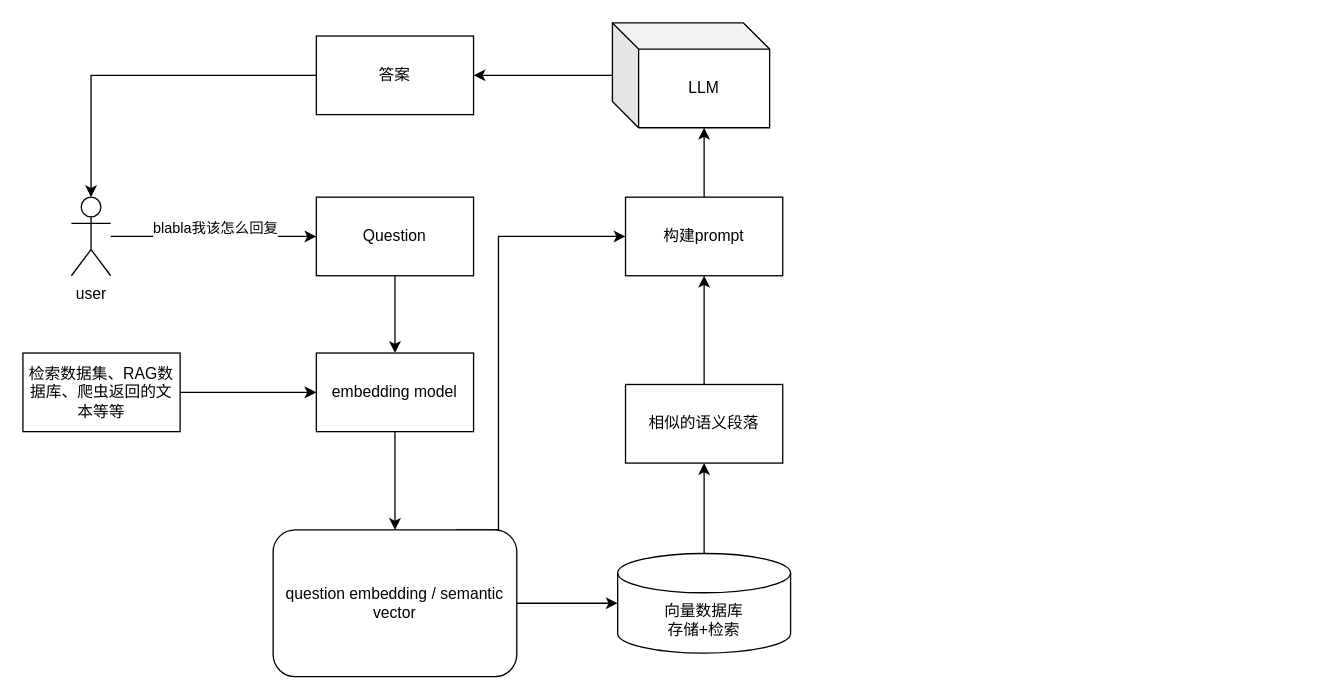
This is architechture.drawio from CaptainCCCP/Draw-io-cloud, a draw.io file, before an edit. Source tidied: cells renumbered, new cells numbered last; positions are measured from the earlier drawing's top-left corner, leaving out a move shared by most shapes. Both pictures are drawn from the tidied source at 131%, with x=0, y=0 at pixel (22, 22).
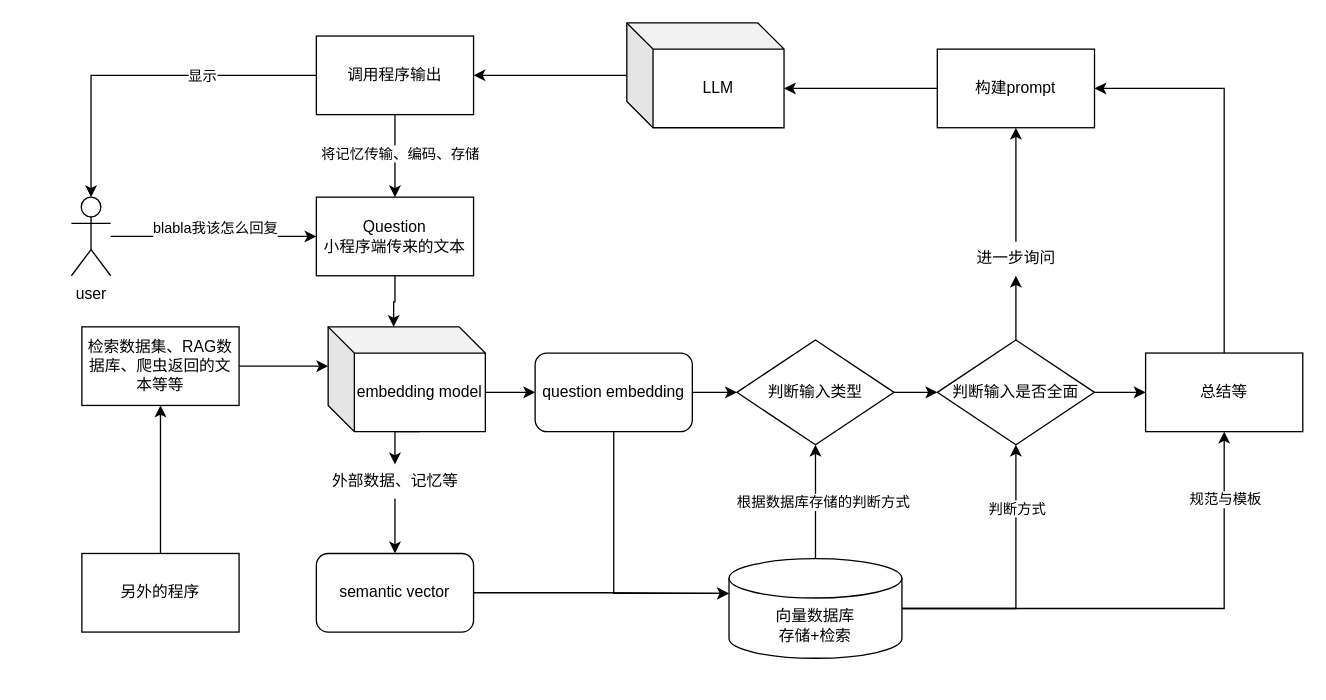
Above is the later version.

The change refers to these unchanged cells:
```xml
<mxCell id="4" value="user" style="shape=umlActor;verticalLabelPosition=bottom;verticalAlign=top;html=1;outlineConnect=0;" parent="1" vertex="1">
  <mxGeometry x="37" y="133" width="30" height="60" as="geometry" />
</mxCell>
```

What changed in the source:
```diff
@@
-    <mxCell id="5" style="edgeStyle=orthogonalEdgeStyle;rounded=0;jettySize=auto;html=1;" parent="1" edge="1" source="6" target="8">
+    <mxCell id="5" style="edgeStyle=orthogonalEdgeStyle;rounded=0;jettySize=auto;html=1;entryX=0;entryY=0;entryDx=50;entryDy=0;entryPerimeter=0;" parent="1" edge="1" source="6" target="8">
       <mxGeometry relative="1" as="geometry" />
     </mxCell>
-    <mxCell id="6" value="Question" style="rounded=0;whiteSpace=wrap;html=1;" parent="1" vertex="1">
+    <mxCell id="6" value="Question&lt;br&gt;小程序端传来的文本" style="rounded=0;whiteSpace=wrap;html=1;" parent="1" vertex="1">
       <mxGeometry x="224" y="133" width="120" height="60" as="geometry" />
     </mxCell>
-    <mxCell id="7" style="edgeStyle=orthogonalEdgeStyle;rounded=0;jettySize=auto;html=1;exitX=0.5;exitY=1;exitDx=0;exitDy=0;entryX=0.5;entryY=0;entryDx=0;entryDy=0;" parent="1" edge="1" source="8" target="10">
-      <mxGeometry relative="1" as="geometry" />
-    </mxCell>
-    <mxCell id="8" value="embedding model" style="whiteSpace=wrap;html=1;rounded=0;" parent="1" vertex="1">
-      <mxGeometry x="224" y="252" width="120" height="60" as="geometry" />
-    </mxCell>
-    <mxCell id="9" style="edgeStyle=orthogonalEdgeStyle;rounded=0;jettySize=auto;html=1;exitX=0.75;exitY=0;exitDx=0;exitDy=0;entryX=0;entryY=0.5;entryDx=0;entryDy=0;" parent="1" edge="1" source="10" target="18">
-      <mxGeometry relative="1" as="geometry">
-        <Array as="points">
-          <mxPoint x="363" y="387" />
-          <mxPoint x="363" y="163" />
-        </Array>
-      </mxGeometry>
-    </mxCell>
-    <mxCell id="10" value="question embedding / semantic vector" style="rounded=1;whiteSpace=wrap;html=1;" parent="1" vertex="1">
-      <mxGeometry x="191" y="387" width="186" height="112" as="geometry" />
-    </mxCell>
+    <mxCell id="24" style="edgeStyle=orthogonalEdgeStyle;rounded=0;jettySize=auto;html=1;exitX=0.5;exitY=1;exitDx=0;exitDy=0;entryX=0.5;entryY=0;entryDx=0;entryDy=0;" parent="1" edge="1" source="48" target="37">
+      <mxGeometry relative="1" as="geometry" />
+    </mxCell>
+    <mxCell id="25" style="edgeStyle=orthogonalEdgeStyle;rounded=0;jettySize=auto;html=1;exitX=0;exitY=0;exitDx=120;exitDy=50;entryX=0;entryY=0.5;entryDx=0;entryDy=0;exitPerimeter=0;" parent="1" edge="1" source="8" target="36">
+      <mxGeometry relative="1" as="geometry" />
+    </mxCell>
-    <mxCell id="11" style="edgeStyle=orthogonalEdgeStyle;rounded=0;jettySize=auto;html=1;entryX=0;entryY=0.5;entryDx=0;entryDy=0;" parent="1" edge="1" source="12" target="8">
+    <mxCell id="11" style="edgeStyle=orthogonalEdgeStyle;rounded=0;jettySize=auto;html=1;entryX=0;entryY=0;entryDx=0;entryDy=30;entryPerimeter=0;" parent="1" edge="1" source="12" target="8">
       <mxGeometry relative="1" as="geometry" />
     </mxCell>
     <mxCell id="12" value="检索数据集、RAG数据库、爬虫返回的文本等等" style="whiteSpace=wrap;html=1;" parent="1" vertex="1">
-      <mxGeometry y="252" width="120" height="60" as="geometry" />
+      <mxGeometry x="45" y="232" width="120" height="60" as="geometry" />
     </mxCell>
-    <mxCell id="13" style="edgeStyle=orthogonalEdgeStyle;rounded=0;jettySize=auto;html=1;exitX=0.5;exitY=0;exitDx=0;exitDy=0;exitPerimeter=0;entryX=0.5;entryY=1;entryDx=0;entryDy=0;" parent="1" edge="1" source="14" target="17">
-      <mxGeometry relative="1" as="geometry" />
-    </mxCell>
+    <mxCell id="26" style="edgeStyle=orthogonalEdgeStyle;rounded=0;jettySize=auto;html=1;exitX=0.5;exitY=0;exitDx=0;exitDy=0;exitPerimeter=0;entryX=0.5;entryY=1;entryDx=0;entryDy=0;" parent="1" edge="1" source="14" target="50">
+      <mxGeometry relative="1" as="geometry" />
+    </mxCell>
+    <mxCell id="27" value="根据数据库存储的判断方式" style="edgeLabel;html=1;align=center;verticalAlign=middle;" parent="26" vertex="1">
+      <mxGeometry x="-0.04" y="-1" relative="1" as="geometry">
+        <mxPoint x="4" y="-2" as="offset" />
+      </mxGeometry>
+    </mxCell>
+    <mxCell id="28" style="edgeStyle=orthogonalEdgeStyle;rounded=0;jettySize=auto;html=1;exitX=1;exitY=0.5;exitDx=0;exitDy=0;exitPerimeter=0;entryX=0.5;entryY=1;entryDx=0;entryDy=0;" parent="1" edge="1" source="14" target="52">
+      <mxGeometry relative="1" as="geometry" />
+    </mxCell>
+    <mxCell id="29" value="判断方式" style="edgeLabel;html=1;align=center;verticalAlign=middle;" parent="28" vertex="1">
+      <mxGeometry x="0.54" y="-2" relative="1" as="geometry">
+        <mxPoint x="-2" y="-1" as="offset" />
+      </mxGeometry>
+    </mxCell>
+    <mxCell id="30" style="edgeStyle=orthogonalEdgeStyle;rounded=0;jettySize=auto;html=1;exitX=1;exitY=0.5;exitDx=0;exitDy=0;exitPerimeter=0;entryX=0.5;entryY=1;entryDx=0;entryDy=0;" parent="1" edge="1" source="14" target="42">
+      <mxGeometry relative="1" as="geometry" />
+    </mxCell>
+    <mxCell id="31" value="规范与模板" style="edgeLabel;html=1;align=center;verticalAlign=middle;" parent="30" vertex="1">
+      <mxGeometry x="0.75" y="2" relative="1" as="geometry">
+        <mxPoint x="2" y="3" as="offset" />
+      </mxGeometry>
+    </mxCell>
     <mxCell id="14" value="向量数据库&lt;br&gt;存储+检索" style="shape=cylinder3;whiteSpace=wrap;html=1;boundedLbl=1;backgroundOutline=1;size=15;" parent="1" vertex="1">
-      <mxGeometry x="454" y="405" width="132" height="76" as="geometry" />
+      <mxGeometry x="539" y="409" width="132" height="76" as="geometry" />
     </mxCell>
-    <mxCell id="15" style="edgeStyle=orthogonalEdgeStyle;rounded=0;jettySize=auto;html=1;exitX=1;exitY=0.5;exitDx=0;exitDy=0;entryX=0;entryY=0.5;entryDx=0;entryDy=0;entryPerimeter=0;" parent="1" edge="1" source="10" target="14">
-      <mxGeometry relative="1" as="geometry" />
-    </mxCell>
-    <mxCell id="16" style="edgeStyle=orthogonalEdgeStyle;rounded=0;jettySize=auto;html=1;exitX=0.5;exitY=0;exitDx=0;exitDy=0;entryX=0.5;entryY=1;entryDx=0;entryDy=0;" parent="1" edge="1" source="17" target="18">
-      <mxGeometry relative="1" as="geometry" />
-    </mxCell>
-    <mxCell id="17" value="相似的语义段落" style="whiteSpace=wrap;html=1;" parent="1" vertex="1">
-      <mxGeometry x="460" y="276" width="120" height="60" as="geometry" />
-    </mxCell>
     <mxCell id="18" value="构建prompt" style="whiteSpace=wrap;html=1;rounded=0;" parent="1" vertex="1">
-      <mxGeometry x="460" y="133" width="120" height="60" as="geometry" />
+      <mxGeometry x="698" y="20" width="120" height="60" as="geometry" />
     </mxCell>
@@
     <mxCell id="20" value="LLM" style="shape=cube;whiteSpace=wrap;html=1;boundedLbl=1;backgroundOutline=1;darkOpacity=0.05;darkOpacity2=0.1;" parent="1" vertex="1">
-      <mxGeometry x="450" width="120" height="80" as="geometry" />
+      <mxGeometry x="461" width="120" height="80" as="geometry" />
     </mxCell>
+    <mxCell id="32" style="edgeStyle=orthogonalEdgeStyle;rounded=0;jettySize=auto;html=1;exitX=0.5;exitY=1;exitDx=0;exitDy=0;entryX=0.5;entryY=0;entryDx=0;entryDy=0;" parent="1" edge="1" source="21" target="6">
+      <mxGeometry relative="1" as="geometry" />
+    </mxCell>
+    <mxCell id="33" value="将记忆传输、编码、存储" style="edgeLabel;html=1;align=center;verticalAlign=middle;" parent="32" vertex="1">
+      <mxGeometry x="0.2" y="-4" relative="1" as="geometry">
+        <mxPoint x="7" y="-9" as="offset" />
+      </mxGeometry>
+    </mxCell>
-    <mxCell id="21" value="答案" style="whiteSpace=wrap;html=1;" parent="1" vertex="1">
+    <mxCell id="21" value="调用程序输出" style="whiteSpace=wrap;html=1;" parent="1" vertex="1">
       <mxGeometry x="224" y="10" width="120" height="60" as="geometry" />
     </mxCell>
+    <mxCell id="23" style="edgeStyle=orthogonalEdgeStyle;rounded=0;jettySize=auto;html=1;entryX=0.5;entryY=0;entryDx=0;entryDy=0;entryPerimeter=0;" parent="1" edge="1" source="21" target="4">
+      <mxGeometry relative="1" as="geometry" />
+    </mxCell>
+    <mxCell id="34" value="显示" style="edgeLabel;html=1;align=center;verticalAlign=middle;" parent="23" vertex="1">
+      <mxGeometry x="-0.3" y="2" relative="1" as="geometry">
+        <mxPoint x="5" y="-2" as="offset" />
+      </mxGeometry>
+    </mxCell>
+    <mxCell id="35" style="edgeStyle=orthogonalEdgeStyle;rounded=0;jettySize=auto;html=1;exitX=1;exitY=0.5;exitDx=0;exitDy=0;entryX=0;entryY=0.5;entryDx=0;entryDy=0;" parent="1" edge="1" source="36" target="50">
+      <mxGeometry relative="1" as="geometry" />
+    </mxCell>
+    <mxCell id="36" value="question&lt;span style=&quot;white-space: pre;&quot;&gt;&amp;nbsp;embedding&lt;/span&gt;" style="rounded=1;whiteSpace=wrap;html=1;" parent="1" vertex="1">
+      <mxGeometry x="391" y="252" width="120" height="60" as="geometry" />
+    </mxCell>
+    <mxCell id="37" value="semantic vector" style="rounded=1;whiteSpace=wrap;html=1;" parent="1" vertex="1">
+      <mxGeometry x="224" y="405" width="120" height="60" as="geometry" />
+    </mxCell>
+    <mxCell id="38" style="edgeStyle=orthogonalEdgeStyle;rounded=0;jettySize=auto;html=1;exitX=1;exitY=0.5;exitDx=0;exitDy=0;entryX=0;entryY=0;entryDx=0;entryDy=26.5;entryPerimeter=0;" parent="1" edge="1" source="37" target="14">
+      <mxGeometry relative="1" as="geometry" />
+    </mxCell>
+    <mxCell id="39" style="edgeStyle=orthogonalEdgeStyle;rounded=0;jettySize=auto;html=1;exitX=0.5;exitY=1;exitDx=0;exitDy=0;entryX=0;entryY=0;entryDx=0;entryDy=26.5;entryPerimeter=0;" parent="1" edge="1" source="36" target="14">
+      <mxGeometry relative="1" as="geometry" />
+    </mxCell>
-    <mxCell id="22" style="edgeStyle=orthogonalEdgeStyle;rounded=0;jettySize=auto;html=1;exitX=0.5;exitY=0;exitDx=0;exitDy=0;entryX=0;entryY=0;entryDx=70;entryDy=80;entryPerimeter=0;" parent="1" edge="1" source="18" target="20">
+    <mxCell id="22" style="edgeStyle=orthogonalEdgeStyle;rounded=0;jettySize=auto;html=1;exitX=0;exitY=0.5;exitDx=0;exitDy=0;entryX=0;entryY=0;entryDx=120;entryDy=50;entryPerimeter=0;" parent="1" edge="1" source="18" target="20">
       <mxGeometry relative="1" as="geometry" />
     </mxCell>
-    <mxCell id="23" style="edgeStyle=orthogonalEdgeStyle;rounded=0;jettySize=auto;html=1;entryX=0.5;entryY=0;entryDx=0;entryDy=0;entryPerimeter=0;" parent="1" edge="1" source="21" target="4">
-      <mxGeometry relative="1" as="geometry" />
-    </mxCell>
+    <mxCell id="40" style="edgeStyle=orthogonalEdgeStyle;rounded=0;jettySize=auto;html=1;exitX=0.5;exitY=0;exitDx=0;exitDy=0;entryX=0.5;entryY=1;entryDx=0;entryDy=0;" parent="1" edge="1" source="44" target="18">
+      <mxGeometry relative="1" as="geometry" />
+    </mxCell>
+    <mxCell id="41" style="edgeStyle=orthogonalEdgeStyle;rounded=0;jettySize=auto;html=1;exitX=0.5;exitY=0;exitDx=0;exitDy=0;entryX=1;entryY=0.5;entryDx=0;entryDy=0;" parent="1" edge="1" source="42" target="18">
+      <mxGeometry relative="1" as="geometry" />
+    </mxCell>
+    <mxCell id="42" value="总结等" style="whiteSpace=wrap;html=1;" parent="1" vertex="1">
+      <mxGeometry x="857" y="252" width="120" height="60" as="geometry" />
+    </mxCell>
+    <mxCell id="43" style="edgeStyle=orthogonalEdgeStyle;rounded=0;jettySize=auto;html=1;exitX=0.5;exitY=0;exitDx=0;exitDy=0;entryX=0.5;entryY=1;entryDx=0;entryDy=0;" parent="1" edge="1" source="52" target="44">
+      <mxGeometry relative="1" as="geometry" />
+    </mxCell>
+    <mxCell id="44" value="进一步询问" style="text;html=1;align=center;verticalAlign=middle;points=[];strokeColor=none;fillColor=none;" parent="1" vertex="1">
+      <mxGeometry x="719" y="167" width="78" height="26" as="geometry" />
+    </mxCell>
+    <mxCell id="45" style="edgeStyle=orthogonalEdgeStyle;rounded=0;jettySize=auto;html=1;exitX=0.5;exitY=0;exitDx=0;exitDy=0;entryX=0.5;entryY=1;entryDx=0;entryDy=0;" parent="1" edge="1" source="46" target="12">
+      <mxGeometry relative="1" as="geometry" />
+    </mxCell>
+    <mxCell id="46" value="另外的程序" style="rounded=0;whiteSpace=wrap;html=1;" parent="1" vertex="1">
+      <mxGeometry x="45" y="405" width="120" height="60" as="geometry" />
+    </mxCell>
+    <mxCell id="47" style="edgeStyle=orthogonalEdgeStyle;rounded=0;jettySize=auto;html=1;exitX=0;exitY=0;exitDx=70;exitDy=80;entryX=0.5;entryY=0;entryDx=0;entryDy=0;exitPerimeter=0;" parent="1" edge="1" source="8" target="48">
+      <mxGeometry relative="1" as="geometry" />
+    </mxCell>
+    <mxCell id="48" value="外部数据、记忆等" style="text;html=1;align=center;verticalAlign=middle;points=[];strokeColor=none;fillColor=none;" parent="1" vertex="1">
+      <mxGeometry x="227" y="337" width="114" height="26" as="geometry" />
+    </mxCell>
+    <mxCell id="49" style="edgeStyle=orthogonalEdgeStyle;rounded=0;jettySize=auto;html=1;exitX=1;exitY=0.5;exitDx=0;exitDy=0;entryX=0;entryY=0.5;entryDx=0;entryDy=0;" parent="1" edge="1" source="50" target="52">
+      <mxGeometry relative="1" as="geometry" />
+    </mxCell>
+    <mxCell id="50" value="判断输入类型" style="rhombus;whiteSpace=wrap;html=1;" parent="1" vertex="1">
+      <mxGeometry x="545" y="242" width="120" height="80" as="geometry" />
+    </mxCell>
+    <mxCell id="51" style="edgeStyle=orthogonalEdgeStyle;rounded=0;jettySize=auto;html=1;exitX=1;exitY=0.5;exitDx=0;exitDy=0;entryX=0;entryY=0.5;entryDx=0;entryDy=0;" parent="1" edge="1" source="52" target="42">
+      <mxGeometry relative="1" as="geometry" />
+    </mxCell>
+    <mxCell id="52" value="判断输入是否全面" style="rhombus;whiteSpace=wrap;html=1;" parent="1" vertex="1">
+      <mxGeometry x="698" y="242" width="120" height="80" as="geometry" />
+    </mxCell>
+    <mxCell id="8" value="embedding model" style="shape=cube;whiteSpace=wrap;html=1;boundedLbl=1;backgroundOutline=1;darkOpacity=0.05;darkOpacity2=0.1;" parent="1" vertex="1">
+      <mxGeometry x="233" y="232" width="120" height="80" as="geometry" />
+    </mxCell>
```
